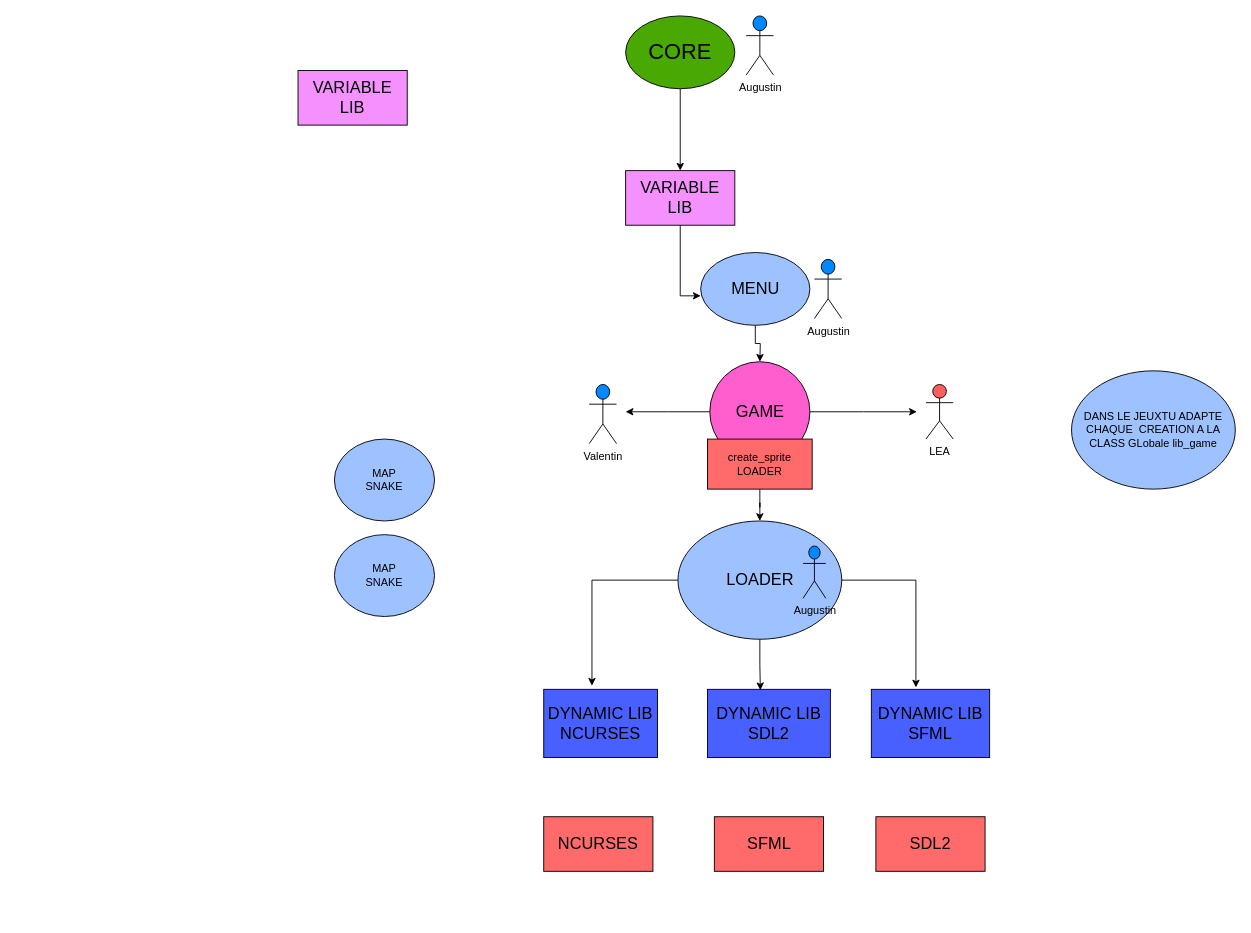
Above: Diagramme sans nom.drawio in AugustinBst/arcade (draw.io), before the change. Source tidied: cells renumbered, new cells numbered last; positions are measured from the earlier drawing's top-left corner, leaving out a move shared by most shapes. Both pictures are drawn from the tidied source at 91%, with x=0, y=0 at pixel (298, 15).
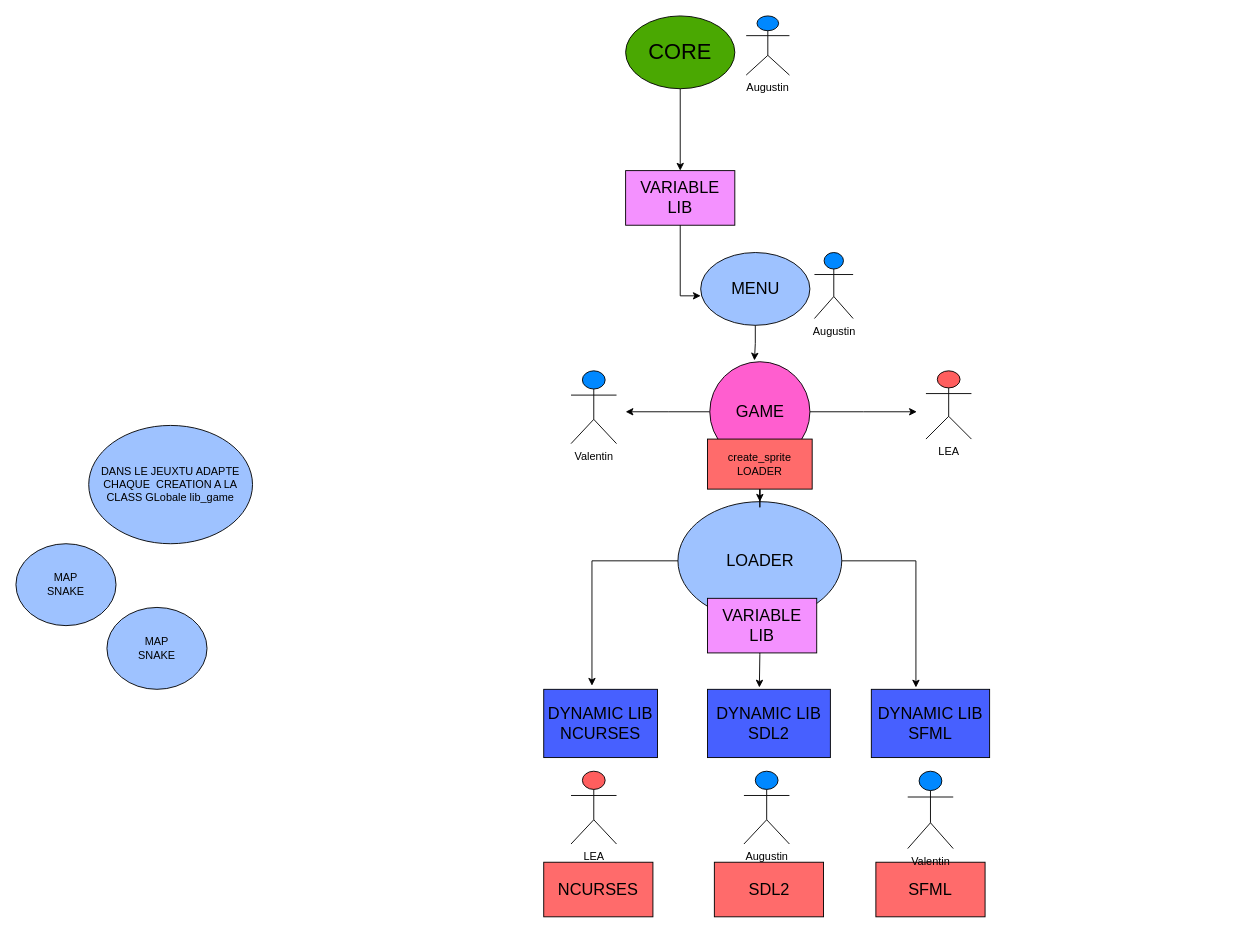
After the change.

The change refers to these unchanged cells:
```xml
<mxCell id="7" value="&lt;font style=&quot;font-size: 18px;&quot;&gt;DYNAMIC LIB SDL2&lt;/font&gt;" style="rounded=0;whiteSpace=wrap;html=1;fillColor=#4760FF;" parent="1" vertex="1">
  <mxGeometry x="450" y="740" width="135" height="75" as="geometry" />
</mxCell>
<mxCell id="12" value="&lt;font style=&quot;font-size: 18px;&quot;&gt;GAME&lt;/font&gt;" style="ellipse;whiteSpace=wrap;html=1;fillColor=#FF5ECF;" parent="1" vertex="1">
  <mxGeometry x="452.5" y="380" width="110" height="110" as="geometry" />
</mxCell>
<mxCell id="15" value="&lt;font style=&quot;font-size: 18px;&quot;&gt;MENU&lt;/font&gt;" style="ellipse;whiteSpace=wrap;html=1;fillColor=#9EC2FF;" parent="1" vertex="1">
  <mxGeometry x="442.5" y="260" width="120" height="80" as="geometry" />
</mxCell>
```

The edit, as a diff of the source:
```diff
@@
     <mxCell id="2" value="&lt;font style=&quot;font-size: 18px;&quot;&gt;NCURSES&lt;/font&gt;" style="rounded=0;whiteSpace=wrap;html=1;fillColor=#FF6B6B;" parent="1" vertex="1">
-      <mxGeometry x="270" y="880" width="120" height="60" as="geometry" />
+      <mxGeometry x="270" y="930" width="120" height="60" as="geometry" />
     </mxCell>
     <mxCell id="3" value="&lt;div&gt;&lt;font style=&quot;font-size: 18px;&quot;&gt;SFML&lt;/font&gt;&lt;/div&gt;" style="rounded=0;whiteSpace=wrap;html=1;fillColor=#FF6B6B;" parent="1" vertex="1">
-      <mxGeometry x="457.5" y="880" width="120" height="60" as="geometry" />
+      <mxGeometry x="635" y="930" width="120" height="60" as="geometry" />
     </mxCell>
     <mxCell id="4" value="&lt;font style=&quot;font-size: 18px;&quot;&gt;SDL2&lt;/font&gt;" style="rounded=0;whiteSpace=wrap;html=1;fillColor=#FF6B6B;" parent="1" vertex="1">
-      <mxGeometry x="635" y="880" width="120" height="60" as="geometry" />
+      <mxGeometry x="457.5" y="930" width="120" height="60" as="geometry" />
     </mxCell>
@@
-    <mxCell id="14" style="edgeStyle=orthogonalEdgeStyle;rounded=0;jettySize=auto;html=1;" parent="1" edge="1" source="15" target="12">
-      <mxGeometry relative="1" as="geometry">
-        <Array as="points">
-          <mxPoint x="502" y="360" />
-          <mxPoint x="508" y="360" />
-        </Array>
-      </mxGeometry>
-    </mxCell>
@@
     <mxCell id="16" value="&lt;font style=&quot;font-size: 18px;&quot;&gt;LOADER&lt;/font&gt;" style="ellipse;whiteSpace=wrap;html=1;fillColor=#9EC2FF;" parent="1" vertex="1">
-      <mxGeometry x="417.5" y="555" width="180" height="130" as="geometry" />
+      <mxGeometry x="417.5" y="533.8" width="180" height="130" as="geometry" />
     </mxCell>
     <mxCell id="17" value="&lt;div&gt;DANS LE JEUXTU ADAPTE CHAQUE&amp;nbsp; CREATION A LA CLASS GLobale lib_game&lt;br&gt;&lt;/div&gt;" style="ellipse;whiteSpace=wrap;html=1;fillColor=#9EC2FF;" parent="1" vertex="1">
-      <mxGeometry x="850" y="390" width="180" height="130" as="geometry" />
+      <mxGeometry x="-230" y="450" width="180" height="130" as="geometry" />
     </mxCell>
-    <mxCell id="18" value="&lt;div&gt;&lt;font style=&quot;font-size: 18px;&quot;&gt;VARIABLE&lt;br&gt;&lt;/font&gt;&lt;/div&gt;&lt;div&gt;&lt;font style=&quot;font-size: 18px;&quot;&gt;LIB&lt;br&gt;&lt;/font&gt;&lt;/div&gt;" style="rounded=0;whiteSpace=wrap;html=1;fillColor=#F491FF;" parent="1" vertex="1">
-      <mxGeometry y="60" width="120" height="60" as="geometry" />
-    </mxCell>
@@
-    <mxCell id="21" style="edgeStyle=orthogonalEdgeStyle;rounded=0;jettySize=auto;html=1;entryX=0.43;entryY=0.013;entryDx=0;entryDy=0;entryPerimeter=0;" parent="1" edge="1" source="16" target="7">
-      <mxGeometry relative="1" as="geometry" />
-    </mxCell>
@@
     <mxCell id="24" value="&lt;div&gt;MAP &lt;br&gt;&lt;/div&gt;&lt;div&gt;SNAKE&lt;br&gt;&lt;/div&gt;" style="ellipse;whiteSpace=wrap;html=1;fillColor=#9EC2FF;" parent="1" vertex="1">
-      <mxGeometry x="40" y="570" width="110" height="90" as="geometry" />
+      <mxGeometry x="-210" y="650" width="110" height="90" as="geometry" />
     </mxCell>
     <mxCell id="25" value="&lt;div&gt;MAP &lt;br&gt;&lt;/div&gt;&lt;div&gt;SNAKE&lt;br&gt;&lt;/div&gt;" style="ellipse;whiteSpace=wrap;html=1;fillColor=#9EC2FF;" parent="1" vertex="1">
-      <mxGeometry x="40" y="465" width="110" height="90" as="geometry" />
+      <mxGeometry x="-310" y="580" width="110" height="90" as="geometry" />
     </mxCell>
     <mxCell id="26" value="LEA" style="shape=umlActor;verticalLabelPosition=bottom;verticalAlign=top;html=1;fillColor=#FF5E5E;" parent="1" vertex="1">
-      <mxGeometry x="690" y="405" width="30" height="60" as="geometry" />
+      <mxGeometry x="690" y="390" width="50" height="75" as="geometry" />
     </mxCell>
     <mxCell id="27" value="Valentin" style="shape=umlActor;verticalLabelPosition=bottom;verticalAlign=top;html=1;fillColor=#0088FF;" parent="1" vertex="1">
-      <mxGeometry x="320" y="405" width="30" height="65" as="geometry" />
+      <mxGeometry x="300" y="390" width="50" height="80" as="geometry" />
     </mxCell>
     <mxCell id="28" value="Augustin" style="shape=umlActor;verticalLabelPosition=bottom;verticalAlign=top;html=1;fillColor=#0088FF;" parent="1" vertex="1">
-      <mxGeometry x="555" y="582.5" width="25" height="57.5" as="geometry" />
+      <mxGeometry x="490" y="830" width="50" height="80" as="geometry" />
     </mxCell>
     <mxCell id="29" value="Augustin" style="shape=umlActor;verticalLabelPosition=bottom;verticalAlign=top;html=1;fillColor=#0088FF;" parent="1" vertex="1">
-      <mxGeometry x="567.5" y="267.5" width="30" height="65" as="geometry" />
+      <mxGeometry x="567.5" y="260" width="42.5" height="72.5" as="geometry" />
     </mxCell>
     <mxCell id="30" value="Augustin" style="shape=umlActor;verticalLabelPosition=bottom;verticalAlign=top;html=1;fillColor=#0088FF;" parent="1" vertex="1">
-      <mxGeometry x="492.5" width="30" height="65" as="geometry" />
+      <mxGeometry x="492.5" width="47.5" height="65" as="geometry" />
     </mxCell>
@@
+    <mxCell id="32" value="LEA" style="shape=umlActor;verticalLabelPosition=bottom;verticalAlign=top;html=1;fillColor=#FF5E5E;" parent="1" vertex="1">
+      <mxGeometry x="300" y="830" width="50" height="80" as="geometry" />
+    </mxCell>
+    <mxCell id="33" value="Valentin" style="shape=umlActor;verticalLabelPosition=bottom;verticalAlign=top;html=1;fillColor=#0088FF;" parent="1" vertex="1">
+      <mxGeometry x="670" y="830" width="50" height="85" as="geometry" />
+    </mxCell>
+    <mxCell id="21" style="edgeStyle=orthogonalEdgeStyle;rounded=0;jettySize=auto;html=1;entryX=0.422;entryY=-0.027;entryDx=0;entryDy=0;entryPerimeter=0;" parent="1" edge="1" source="16" target="7">
+      <mxGeometry relative="1" as="geometry" />
+    </mxCell>
+    <mxCell id="18" value="&lt;div&gt;&lt;font style=&quot;font-size: 18px;&quot;&gt;VARIABLE&lt;br&gt;&lt;/font&gt;&lt;/div&gt;&lt;div&gt;&lt;font style=&quot;font-size: 18px;&quot;&gt;LIB&lt;br&gt;&lt;/font&gt;&lt;/div&gt;" style="rounded=0;whiteSpace=wrap;html=1;fillColor=#F491FF;" parent="1" vertex="1">
+      <mxGeometry x="450" y="640" width="120" height="60" as="geometry" />
+    </mxCell>
+    <mxCell id="14" style="edgeStyle=orthogonalEdgeStyle;rounded=0;jettySize=auto;html=1;entryX=0.446;entryY=-0.013;entryDx=0;entryDy=0;entryPerimeter=0;" parent="1" edge="1" source="15" target="12">
+      <mxGeometry relative="1" as="geometry" />
+    </mxCell>
```
